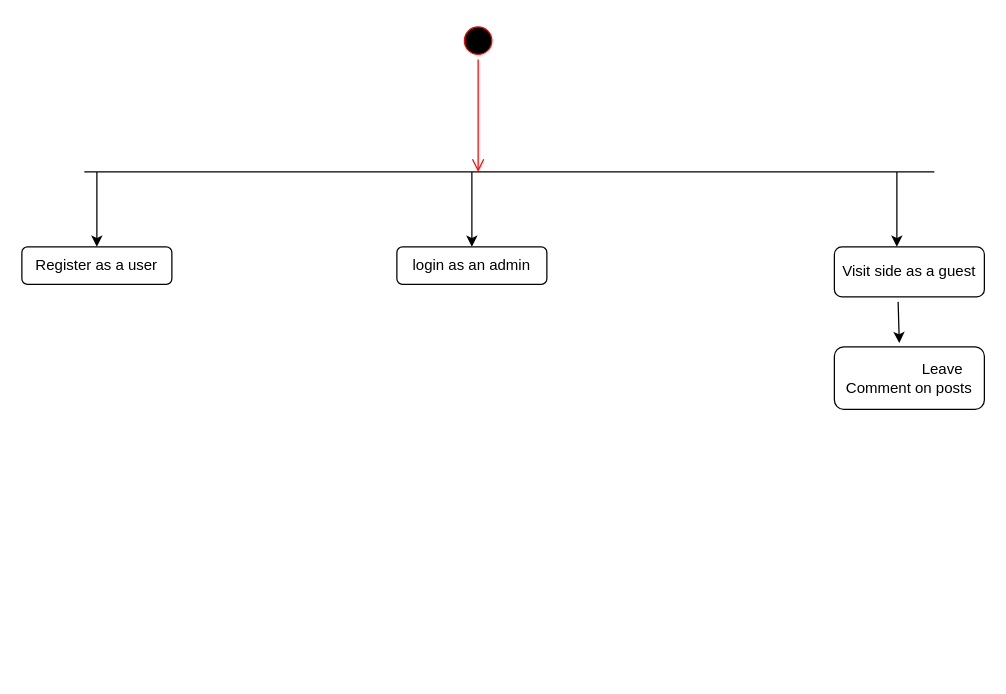
Before: The activity diagram.drawio in Manucho661/Simple-Blog-Platform, a draw.io diagram. Source tidied: cells renumbered, new cells numbered last; positions are measured from the earlier drawing's top-left corner, leaving out a move shared by most shapes. Both pictures are drawn from the tidied source at 125%, with x=0, y=0 at pixel (21, 21).
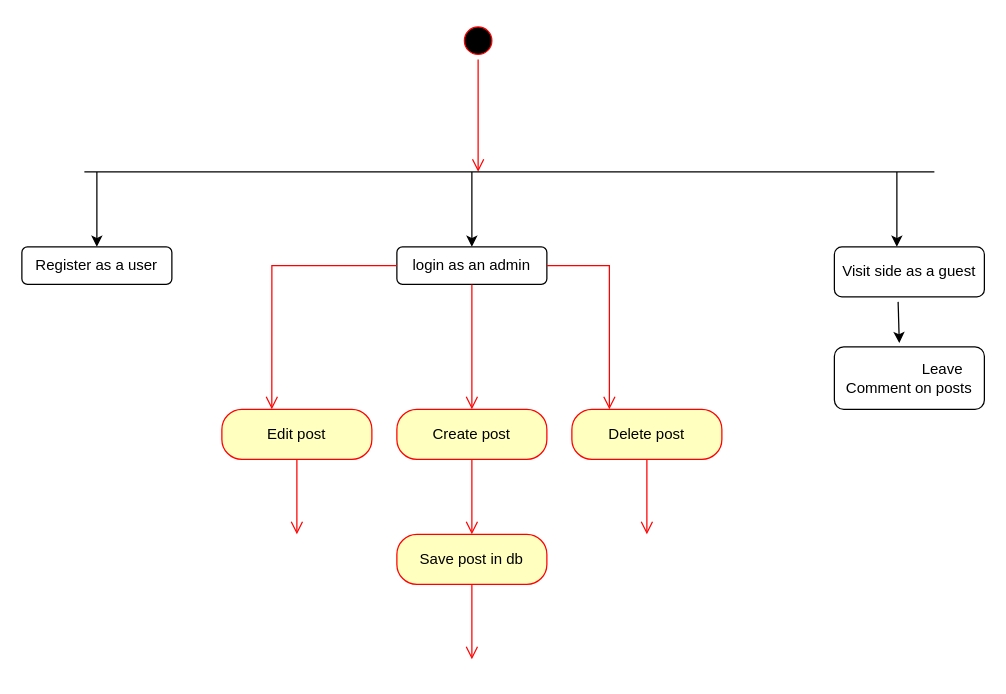
The same diagram, later.

Unchanged cells that the change refers to:
```xml
<mxCell id="9" value="login as an admin" style="rounded=1;whiteSpace=wrap;html=1;" parent="1" vertex="1">
  <mxGeometry x="300" y="180" width="120" height="30" as="geometry" />
</mxCell>
```

The edit, as a diff of the source:
```diff
@@
+    <mxCell id="13" value="Create post" style="rounded=1;whiteSpace=wrap;html=1;arcSize=40;fontColor=#000000;fillColor=#ffffc0;strokeColor=#ff0000;" parent="1" vertex="1">
+      <mxGeometry x="300" y="310" width="120" height="40" as="geometry" />
+    </mxCell>
+    <mxCell id="14" style="edgeStyle=orthogonalEdgeStyle;html=1;verticalAlign=bottom;endArrow=open;endSize=8;strokeColor=#ff0000;rounded=0;" parent="1" edge="1" source="13">
+      <mxGeometry relative="1" as="geometry">
+        <mxPoint x="360" y="410" as="targetPoint" />
+      </mxGeometry>
+    </mxCell>
+    <mxCell id="15" style="edgeStyle=orthogonalEdgeStyle;html=1;verticalAlign=bottom;endArrow=open;endSize=8;strokeColor=#ff0000;rounded=0;entryX=0.5;entryY=0;entryDx=0;entryDy=0;exitX=0.5;exitY=1;exitDx=0;exitDy=0;" parent="1" edge="1" source="9" target="13">
+      <mxGeometry relative="1" as="geometry" />
+    </mxCell>
+    <mxCell id="16" value="Delete post" style="rounded=1;whiteSpace=wrap;html=1;arcSize=40;fontColor=#000000;fillColor=#ffffc0;strokeColor=#ff0000;" parent="1" vertex="1">
+      <mxGeometry x="440" y="310" width="120" height="40" as="geometry" />
+    </mxCell>
+    <mxCell id="17" style="edgeStyle=orthogonalEdgeStyle;html=1;verticalAlign=bottom;endArrow=open;endSize=8;strokeColor=#ff0000;rounded=0;" parent="1" edge="1" source="16">
+      <mxGeometry relative="1" as="geometry">
+        <mxPoint x="500" y="410" as="targetPoint" />
+      </mxGeometry>
+    </mxCell>
+    <mxCell id="18" value="Edit post" style="rounded=1;whiteSpace=wrap;html=1;arcSize=40;fontColor=#000000;fillColor=#ffffc0;strokeColor=#ff0000;" parent="1" vertex="1">
+      <mxGeometry x="160" y="310" width="120" height="40" as="geometry" />
+    </mxCell>
+    <mxCell id="19" style="edgeStyle=orthogonalEdgeStyle;html=1;verticalAlign=bottom;endArrow=open;endSize=8;strokeColor=#ff0000;rounded=0;" parent="1" edge="1" source="18">
+      <mxGeometry relative="1" as="geometry">
+        <mxPoint x="220" y="410" as="targetPoint" />
+      </mxGeometry>
+    </mxCell>
+    <mxCell id="20" style="edgeStyle=orthogonalEdgeStyle;html=1;verticalAlign=bottom;endArrow=open;endSize=8;strokeColor=#ff0000;rounded=0;entryX=0.25;entryY=0;entryDx=0;entryDy=0;" parent="1" edge="1" source="9" target="16">
+      <mxGeometry relative="1" as="geometry" />
+    </mxCell>
+    <mxCell id="21" style="edgeStyle=orthogonalEdgeStyle;html=1;verticalAlign=bottom;endArrow=open;endSize=8;strokeColor=#ff0000;rounded=0;entryX=0.333;entryY=0;entryDx=0;entryDy=0;entryPerimeter=0;" parent="1" edge="1" source="9" target="18">
+      <mxGeometry relative="1" as="geometry" />
+    </mxCell>
+    <mxCell id="22" value="Save post in db" style="rounded=1;whiteSpace=wrap;html=1;arcSize=40;fontColor=#000000;fillColor=#ffffc0;strokeColor=#ff0000;" parent="1" vertex="1">
+      <mxGeometry x="300" y="410" width="120" height="40" as="geometry" />
+    </mxCell>
+    <mxCell id="23" style="edgeStyle=orthogonalEdgeStyle;html=1;verticalAlign=bottom;endArrow=open;endSize=8;strokeColor=#ff0000;rounded=0;" parent="1" edge="1" source="22">
+      <mxGeometry relative="1" as="geometry">
+        <mxPoint x="360" y="510" as="targetPoint" />
+      </mxGeometry>
+    </mxCell>
```
